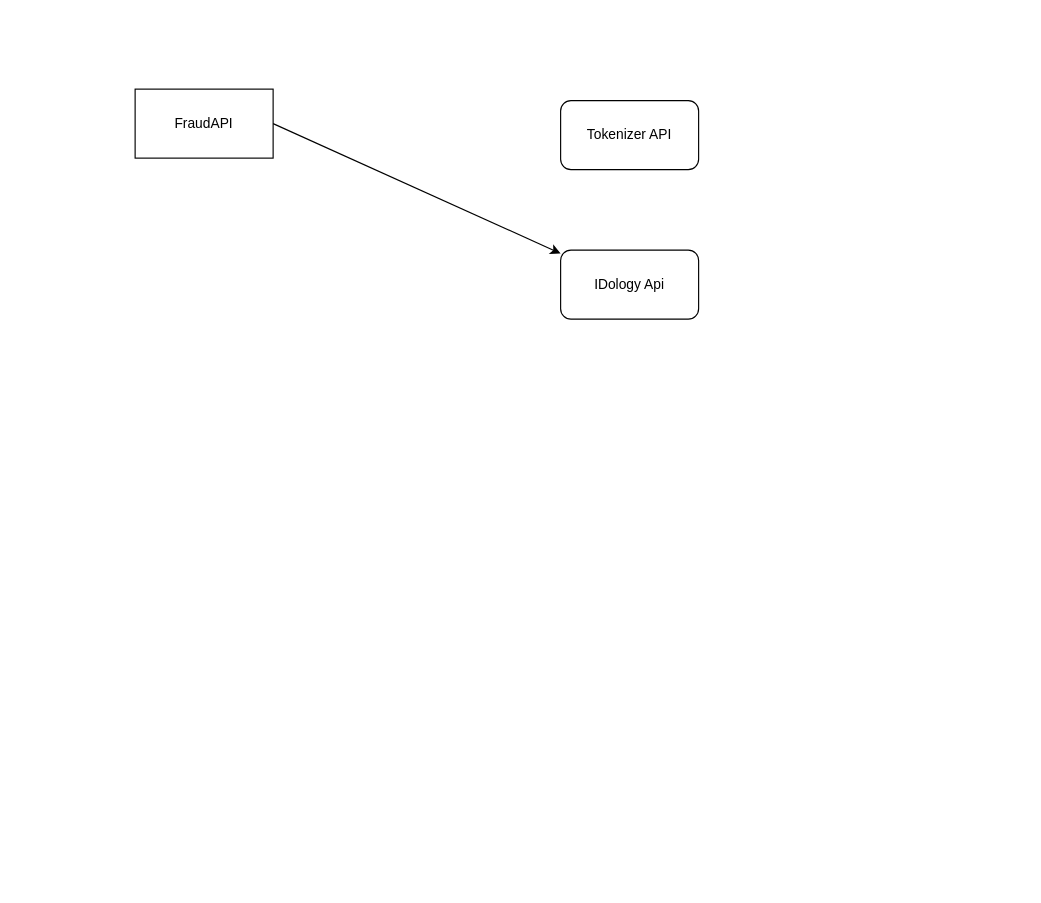
Above: Untitled Diagram.drawio in lzhm/.gd (draw.io), before the change. Source tidied: cells renumbered, new cells numbered last; positions are measured from the earlier drawing's top-left corner, leaving out a move shared by most shapes. Both pictures are drawn from the tidied source at 115%, with x=0, y=0 at pixel (135, 89).
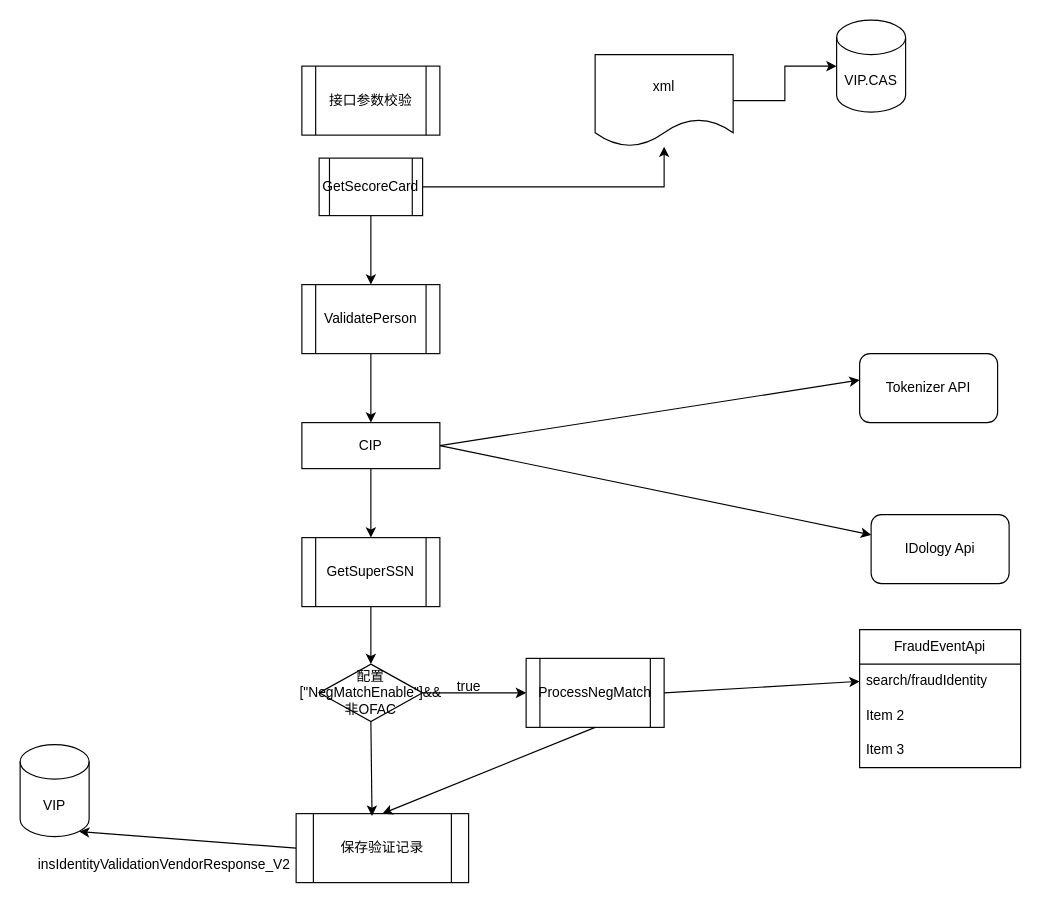
The same page after the edit.

Diff of the diagram source:
```diff
@@
     <mxCell id="2" value="IDology Api" style="rounded=1;whiteSpace=wrap;html=1;" parent="1" vertex="1">
-      <mxGeometry x="370" y="140" width="120" height="60" as="geometry" />
+      <mxGeometry x="640" y="370" width="120" height="60" as="geometry" />
     </mxCell>
+    <mxCell id="6" style="edgeStyle=orthogonalEdgeStyle;rounded=0;jettySize=auto;html=1;entryX=0.5;entryY=0;entryDx=0;entryDy=0;" parent="1" edge="1" source="3" target="18">
+      <mxGeometry relative="1" as="geometry" />
+    </mxCell>
-    <mxCell id="3" value="FraudAPI" style="rounded=0;whiteSpace=wrap;html=1;" parent="1" vertex="1">
-      <mxGeometry width="120" height="60" as="geometry" />
+    <mxCell id="3" value="CIP" style="rounded=0;whiteSpace=wrap;html=1;" parent="1" vertex="1">
+      <mxGeometry x="145" y="290" width="120" height="40" as="geometry" />
     </mxCell>
@@
     <mxCell id="5" value="Tokenizer API" style="rounded=1;whiteSpace=wrap;html=1;" parent="1" vertex="1">
-      <mxGeometry x="370" y="10" width="120" height="60" as="geometry" />
+      <mxGeometry x="630" y="230" width="120" height="60" as="geometry" />
     </mxCell>
+    <mxCell id="7" style="endArrow=classic;html=1;rounded=0;entryX=0;entryY=0.383;entryDx=0;entryDy=0;entryPerimeter=0;exitX=1;exitY=0.5;exitDx=0;exitDy=0;" parent="1" edge="1" source="3" target="5">
+      <mxGeometry relative="1" as="geometry" />
+    </mxCell>
+    <mxCell id="8" value="VIP.CAS" style="shape=cylinder3;whiteSpace=wrap;html=1;boundedLbl=1;backgroundOutline=1;size=15;" parent="1" vertex="1">
+      <mxGeometry x="610" y="-60" width="60" height="80" as="geometry" />
+    </mxCell>
+    <mxCell id="9" style="edgeStyle=orthogonalEdgeStyle;rounded=0;jettySize=auto;html=1;" parent="1" edge="1" source="11" target="13">
+      <mxGeometry relative="1" as="geometry" />
+    </mxCell>
+    <mxCell id="10" style="edgeStyle=orthogonalEdgeStyle;rounded=0;jettySize=auto;html=1;" parent="1" edge="1" source="11" target="15">
+      <mxGeometry relative="1" as="geometry" />
+    </mxCell>
+    <mxCell id="11" value="GetSecoreCard" style="shape=process;whiteSpace=wrap;html=1;backgroundOutline=1;" parent="1" vertex="1">
+      <mxGeometry x="160" y="60" width="90" height="50" as="geometry" />
+    </mxCell>
+    <mxCell id="12" style="edgeStyle=orthogonalEdgeStyle;rounded=0;jettySize=auto;html=1;entryX=0;entryY=0.5;entryDx=0;entryDy=0;entryPerimeter=0;" parent="1" edge="1" source="13" target="8">
+      <mxGeometry relative="1" as="geometry" />
+    </mxCell>
+    <mxCell id="13" value="xml" style="shape=document;whiteSpace=wrap;html=1;boundedLbl=1;" parent="1" vertex="1">
+      <mxGeometry x="400" y="-30" width="120" height="80" as="geometry" />
+    </mxCell>
+    <mxCell id="14" style="edgeStyle=orthogonalEdgeStyle;rounded=0;jettySize=auto;html=1;entryX=0.5;entryY=0;entryDx=0;entryDy=0;" parent="1" edge="1" source="15" target="3">
+      <mxGeometry relative="1" as="geometry" />
+    </mxCell>
+    <mxCell id="15" value="ValidatePerson" style="shape=process;whiteSpace=wrap;html=1;backgroundOutline=1;" parent="1" vertex="1">
+      <mxGeometry x="145" y="170" width="120" height="60" as="geometry" />
+    </mxCell>
+    <mxCell id="16" value="接口参数校验" style="shape=process;whiteSpace=wrap;html=1;backgroundOutline=1;" parent="1" vertex="1">
+      <mxGeometry x="145" y="-20" width="120" height="60" as="geometry" />
+    </mxCell>
+    <mxCell id="17" style="edgeStyle=orthogonalEdgeStyle;rounded=0;jettySize=auto;html=1;entryX=0.5;entryY=0;entryDx=0;entryDy=0;" parent="1" edge="1" source="18" target="21">
+      <mxGeometry relative="1" as="geometry" />
+    </mxCell>
+    <mxCell id="18" value="GetSuperSSN" style="shape=process;whiteSpace=wrap;html=1;backgroundOutline=1;" parent="1" vertex="1">
+      <mxGeometry x="145" y="390" width="120" height="60" as="geometry" />
+    </mxCell>
+    <mxCell id="19" value="ProcessNegMatch" style="shape=process;whiteSpace=wrap;html=1;backgroundOutline=1;" parent="1" vertex="1">
+      <mxGeometry x="340" y="495" width="120" height="60" as="geometry" />
+    </mxCell>
+    <mxCell id="20" style="edgeStyle=orthogonalEdgeStyle;rounded=0;jettySize=auto;html=1;entryX=0;entryY=0.5;entryDx=0;entryDy=0;" parent="1" edge="1" source="21" target="19">
+      <mxGeometry relative="1" as="geometry" />
+    </mxCell>
+    <mxCell id="21" value="配置[&quot;NegMatchEnable&quot;]&amp;amp;&amp;amp; 非OFAC" style="rhombus;whiteSpace=wrap;html=1;spacing=2;" parent="1" vertex="1">
+      <mxGeometry x="160" y="500" width="90" height="50" as="geometry" />
+    </mxCell>
+    <mxCell id="22" value="true" style="text;html=1;align=center;verticalAlign=middle;strokeColor=none;fillColor=none;" parent="1" vertex="1">
+      <mxGeometry x="270" y="505" width="40" height="30" as="geometry" />
+    </mxCell>
+    <mxCell id="23" style="endArrow=classic;html=1;rounded=0;entryX=0;entryY=0.5;entryDx=0;entryDy=0;exitX=1;exitY=0.5;exitDx=0;exitDy=0;" parent="1" edge="1" source="19" target="25">
+      <mxGeometry relative="1" as="geometry" />
+    </mxCell>
+    <mxCell id="24" value="FraudEventApi" style="swimlane;fontStyle=0;horizontal=1;startSize=30;whiteSpace=wrap;html=1;" parent="1" vertex="1">
+      <mxGeometry x="630" y="470" width="140" height="120" as="geometry" />
+    </mxCell>
+    <mxCell id="25" value="&lt;span style=&quot;text-align: center;&quot;&gt;search/fraudIdentity&lt;/span&gt;" style="text;strokeColor=none;fillColor=none;align=left;verticalAlign=middle;spacingLeft=4;spacingRight=4;overflow=hidden;points=[[0,0.5],[1,0.5]];portConstraint=eastwest;whiteSpace=wrap;html=1;" parent="24" vertex="1">
+      <mxGeometry y="30" width="140" height="30" as="geometry" />
+    </mxCell>
+    <mxCell id="26" value="Item 2" style="text;strokeColor=none;fillColor=none;align=left;verticalAlign=middle;spacingLeft=4;spacingRight=4;overflow=hidden;whiteSpace=wrap;html=1;" parent="24" vertex="1">
+      <mxGeometry y="60" width="140" height="30" as="geometry" />
+    </mxCell>
+    <mxCell id="27" value="Item 3" style="text;strokeColor=none;fillColor=none;align=left;verticalAlign=middle;spacingLeft=4;spacingRight=4;overflow=hidden;whiteSpace=wrap;html=1;" parent="24" vertex="1">
+      <mxGeometry y="90" width="140" height="30" as="geometry" />
+    </mxCell>
+    <mxCell id="28" value="保存验证记录" style="shape=process;whiteSpace=wrap;html=1;backgroundOutline=1;" parent="1" vertex="1">
+      <mxGeometry x="140" y="630" width="150" height="60" as="geometry" />
+    </mxCell>
+    <mxCell id="29" style="endArrow=classic;html=1;rounded=0;exitX=0.5;exitY=1;exitDx=0;exitDy=0;entryX=0.44;entryY=0.033;entryDx=0;entryDy=0;entryPerimeter=0;" parent="1" edge="1" source="21" target="28">
+      <mxGeometry relative="1" as="geometry" />
+    </mxCell>
+    <mxCell id="30" style="endArrow=classic;html=1;rounded=0;exitX=0.5;exitY=1;exitDx=0;exitDy=0;entryX=0.5;entryY=0;entryDx=0;entryDy=0;" parent="1" edge="1" source="19" target="28">
+      <mxGeometry relative="1" as="geometry" />
+    </mxCell>
+    <mxCell id="31" value="VIP" style="shape=cylinder3;whiteSpace=wrap;html=1;boundedLbl=1;backgroundOutline=1;size=15;" parent="1" vertex="1">
+      <mxGeometry x="-100" y="570" width="60" height="80" as="geometry" />
+    </mxCell>
+    <mxCell id="32" style="endArrow=classic;html=1;rounded=0;exitX=0;exitY=0.5;exitDx=0;exitDy=0;entryX=0.855;entryY=1;entryDx=0;entryDy=-4.35;entryPerimeter=0;" parent="1" edge="1" source="28" target="31">
+      <mxGeometry relative="1" as="geometry" />
+    </mxCell>
+    <mxCell id="33" value="insIdentityValidationVendorResponse_V2" style="text;html=1;align=center;verticalAlign=middle;strokeColor=none;fillColor=none;" parent="1" vertex="1">
+      <mxGeometry x="-95" y="660" width="240" height="30" as="geometry" />
+    </mxCell>
```
